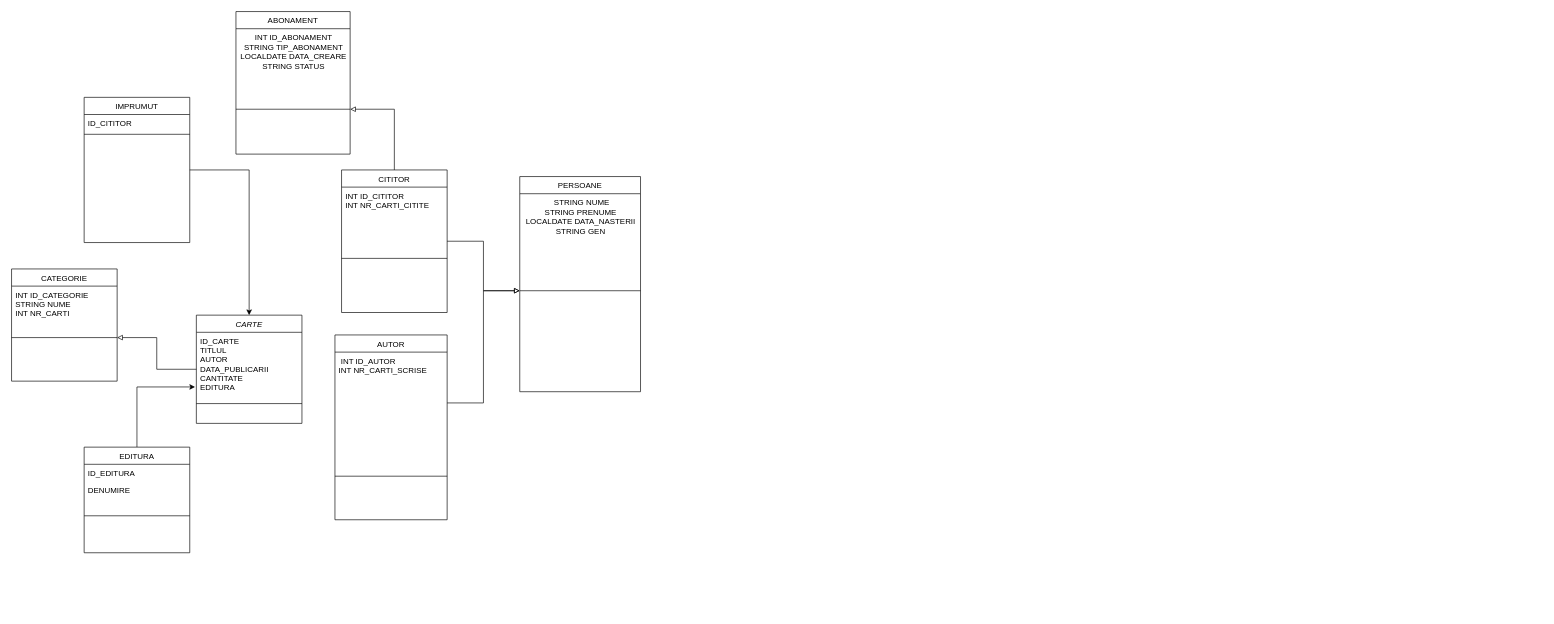
The draw.io diagram ANUL 2 SEM 2/Diagramă fără titlu.drawio in RobertaDiana/FMI-UNIBUC, before the edit. Source tidied: cells renumbered, new cells numbered last; positions are measured from the earlier drawing's top-left corner, leaving out a move shared by most shapes. Both pictures are drawn from the tidied source at 66%, with x=0, y=0 at pixel (11, 11).
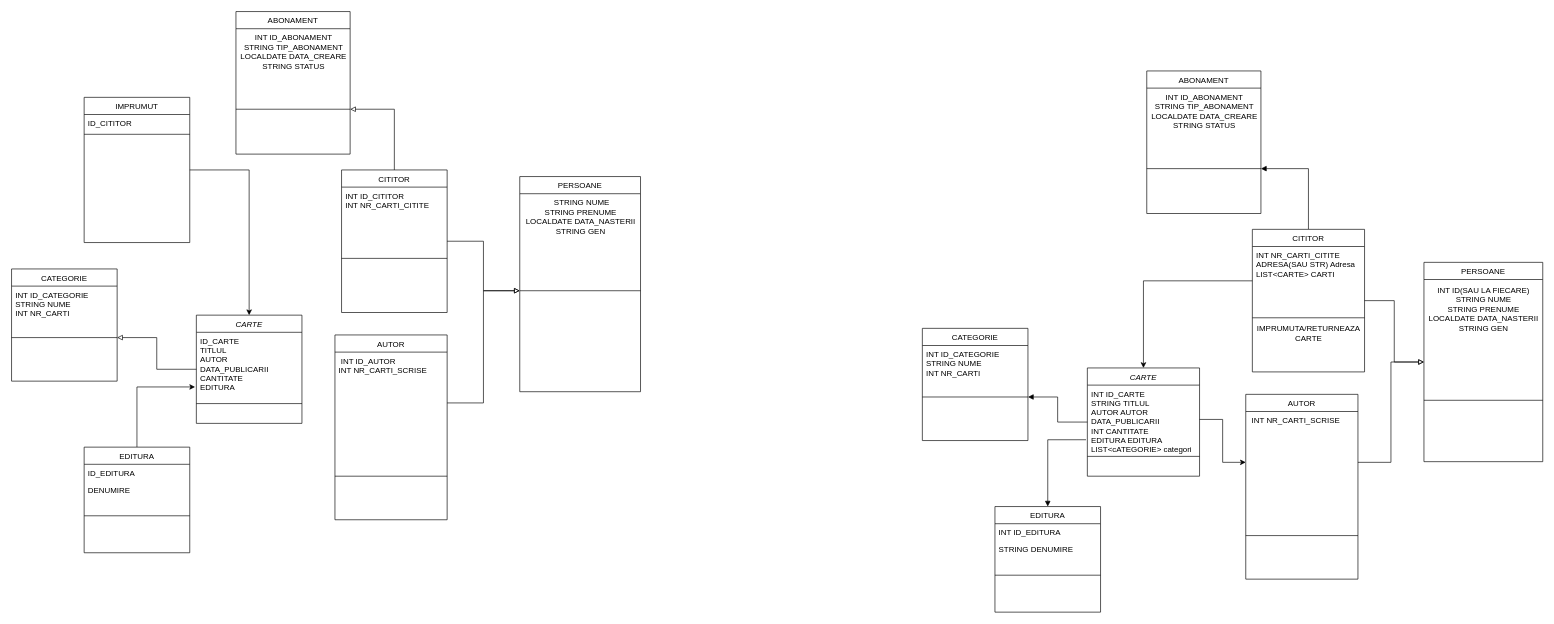
The same page after the edit.

Change to the diagram source:
```diff
@@
+    <mxCell id="33" style="edgeStyle=orthogonalEdgeStyle;rounded=0;jettySize=auto;html=1;endArrow=block;endFill=1;strokeColor=#000000;" parent="1" edge="1" source="34" target="60">
+      <mxGeometry relative="1" as="geometry" />
+    </mxCell>
+    <mxCell id="34" value="CARTE" style="swimlane;fontStyle=2;align=center;verticalAlign=top;horizontal=1;startSize=26;rounded=0;shadow=0;strokeWidth=1;" parent="1" vertex="1">
+      <mxGeometry x="1630" y="540" width="170" height="164" as="geometry" />
+    </mxCell>
+    <mxCell id="35" value="INT ID_CARTE&#10;STRING TITLUL&#10;AUTOR AUTOR&#10;DATA_PUBLICARII&#10;INT CANTITATE&#10;EDITURA EDITURA&#10;LIST&lt;cATEGORIE&gt; categori&#10;" style="text;align=left;verticalAlign=top;spacingLeft=4;spacingRight=4;overflow=hidden;points=[[0,0.5],[1,0.5]];portConstraint=eastwest;rounded=0;shadow=0;html=0;" parent="34" vertex="1">
+      <mxGeometry y="26" width="170" height="104" as="geometry" />
+    </mxCell>
+    <mxCell id="36" style="line;html=1;strokeWidth=1;align=left;verticalAlign=middle;spacingTop=-1;spacingLeft=3;spacingRight=3;labelPosition=right;" parent="34" vertex="1">
+      <mxGeometry y="130" width="170" height="8" as="geometry" />
+    </mxCell>
+    <mxCell id="37" style="edgeStyle=orthogonalEdgeStyle;rounded=0;jettySize=auto;html=1;entryX=-0.012;entryY=0.796;entryDx=0;entryDy=0;entryPerimeter=0;endArrow=none;endFill=0;startArrow=block;startFill=1;" parent="1" edge="1" source="38" target="35">
+      <mxGeometry relative="1" as="geometry" />
+    </mxCell>
+    <mxCell id="38" value="EDITURA" style="swimlane;fontStyle=0;align=center;verticalAlign=top;horizontal=1;startSize=26;rounded=0;shadow=0;strokeWidth=1;" parent="1" vertex="1">
+      <mxGeometry x="1490" y="750" width="160" height="160" as="geometry" />
+    </mxCell>
+    <mxCell id="39" value="INT ID_EDITURA" style="text;align=left;verticalAlign=top;spacingLeft=4;spacingRight=4;overflow=hidden;" parent="38" vertex="1">
+      <mxGeometry y="26" width="160" height="26" as="geometry" />
+    </mxCell>
+    <mxCell id="40" value="STRING DENUMIRE&#10;" style="text;align=left;verticalAlign=top;spacingLeft=4;spacingRight=4;overflow=hidden;rounded=0;shadow=0;html=0;" parent="38" vertex="1">
+      <mxGeometry y="52" width="160" height="48" as="geometry" />
+    </mxCell>
+    <mxCell id="41" style="line;html=1;strokeWidth=1;align=left;verticalAlign=middle;spacingTop=-1;spacingLeft=3;spacingRight=3;labelPosition=right;" parent="38" vertex="1">
+      <mxGeometry y="100" width="160" height="8" as="geometry" />
+    </mxCell>
+    <mxCell id="42" value="AUTOR" style="swimlane;fontStyle=0;align=center;verticalAlign=top;horizontal=1;startSize=26;rounded=0;shadow=0;strokeWidth=1;" parent="1" vertex="1">
+      <mxGeometry x="1870" y="580" width="170" height="280" as="geometry" />
+    </mxCell>
+    <mxCell id="43" value=" INT NR_CARTI_SCRISE" style="text;align=left;verticalAlign=top;spacingLeft=4;spacingRight=4;overflow=hidden;points=[[0,0.5],[1,0.5]];portConstraint=eastwest;" parent="42" vertex="1">
+      <mxGeometry y="26" width="170" height="154" as="geometry" />
+    </mxCell>
+    <mxCell id="44" style="line;html=1;strokeWidth=1;align=left;verticalAlign=middle;spacingTop=-1;spacingLeft=3;spacingRight=3;labelPosition=right;" parent="42" vertex="1">
+      <mxGeometry y="180" width="170" height="68" as="geometry" />
+    </mxCell>
+    <mxCell id="45" style="edgeStyle=orthogonalEdgeStyle;rounded=0;jettySize=auto;html=1;endArrow=block;endFill=0;entryX=0;entryY=0.5;entryDx=0;entryDy=0;" parent="1" edge="1" source="47" target="51">
+      <mxGeometry relative="1" as="geometry" />
+    </mxCell>
+    <mxCell id="46" style="edgeStyle=orthogonalEdgeStyle;rounded=0;jettySize=auto;html=1;endArrow=block;endFill=1;" parent="1" edge="1" source="47" target="57">
+      <mxGeometry relative="1" as="geometry" />
+    </mxCell>
+    <mxCell id="47" value="CITITOR" style="swimlane;fontStyle=0;align=center;verticalAlign=top;horizontal=1;startSize=26;rounded=0;shadow=0;strokeWidth=1;" parent="1" vertex="1">
+      <mxGeometry x="1880" y="330" width="170" height="216" as="geometry" />
+    </mxCell>
+    <mxCell id="48" value="INT NR_CARTI_CITITE&#10;ADRESA(SAU STR) Adresa&#10;LIST&lt;CARTE&gt; CARTI&#10;" style="text;align=left;verticalAlign=top;spacingLeft=4;spacingRight=4;overflow=hidden;points=[[0,0.5],[1,0.5]];portConstraint=eastwest;" parent="47" vertex="1">
+      <mxGeometry y="26" width="170" height="104" as="geometry" />
+    </mxCell>
+    <mxCell id="49" style="line;html=1;strokeWidth=1;align=left;verticalAlign=middle;spacingTop=-1;spacingLeft=3;spacingRight=3;labelPosition=right;" parent="47" vertex="1">
+      <mxGeometry y="130" width="170" height="8" as="geometry" />
+    </mxCell>
+    <mxCell id="50" value="&lt;div&gt;IMPRUMUTA/RETURNEAZA &lt;br&gt;&lt;/div&gt;&lt;div&gt;CARTE&lt;br&gt;&lt;/div&gt;" style="text;html=1;align=center;verticalAlign=middle;strokeColor=none;fillColor=none;" parent="47" vertex="1">
+      <mxGeometry y="138" width="170" height="40" as="geometry" />
+    </mxCell>
+    <mxCell id="51" value="PERSOANE&#10;" style="swimlane;fontStyle=0;align=center;verticalAlign=top;horizontal=1;startSize=26;rounded=0;shadow=0;strokeWidth=1;" parent="1" vertex="1">
+      <mxGeometry x="2140" y="380" width="180" height="302" as="geometry" />
+    </mxCell>
+    <mxCell id="52" value="&lt;div&gt;INT ID(SAU LA FIECARE)&lt;br&gt;&lt;/div&gt;&lt;div&gt;STRING NUME&lt;/div&gt;STRING PRENUME&lt;br&gt;LOCALDATE DATA_NASTERII&lt;br&gt;STRING GEN" style="text;html=1;align=center;verticalAlign=middle;strokeColor=none;fillColor=none;" parent="51" vertex="1">
+      <mxGeometry y="26" width="180" height="90" as="geometry" />
+    </mxCell>
+    <mxCell id="53" style="line;html=1;strokeWidth=1;align=left;verticalAlign=middle;spacingTop=-1;spacingLeft=3;spacingRight=3;labelPosition=right;" parent="51" vertex="1">
+      <mxGeometry y="116" width="180" height="186" as="geometry" />
+    </mxCell>
+    <mxCell id="54" style="edgeStyle=orthogonalEdgeStyle;rounded=0;jettySize=auto;html=1;endArrow=block;endFill=0;entryX=0;entryY=0.5;entryDx=0;entryDy=0;" parent="1" edge="1" source="43" target="51">
+      <mxGeometry relative="1" as="geometry" />
+    </mxCell>
+    <mxCell id="55" value="ABONAMENT" style="swimlane;fontStyle=0;align=center;verticalAlign=top;horizontal=1;startSize=26;rounded=0;shadow=0;strokeWidth=1;" parent="1" vertex="1">
+      <mxGeometry x="1720" y="90" width="173" height="216" as="geometry" />
+    </mxCell>
+    <mxCell id="56" value="INT ID_ABONAMENT&lt;br&gt;STRING TIP_ABONAMENT&lt;br&gt;LOCALDATE DATA_CREARE&lt;br&gt;STRING STATUS&lt;br&gt;" style="text;html=1;align=center;verticalAlign=middle;strokeColor=none;fillColor=none;" parent="55" vertex="1">
+      <mxGeometry y="26" width="173" height="70" as="geometry" />
+    </mxCell>
+    <mxCell id="57" style="line;html=1;strokeWidth=1;align=left;verticalAlign=middle;spacingTop=-1;spacingLeft=3;spacingRight=3;labelPosition=right;points=[];portConstraint=eastwest;" parent="55" vertex="1">
+      <mxGeometry y="96" width="173" height="104" as="geometry" />
+    </mxCell>
+    <mxCell id="58" value="CATEGORIE" style="swimlane;fontStyle=0;align=center;verticalAlign=top;horizontal=1;startSize=26;rounded=0;shadow=0;strokeWidth=1;" parent="1" vertex="1">
+      <mxGeometry x="1380" y="480" width="160" height="170" as="geometry" />
+    </mxCell>
+    <mxCell id="59" value="INT ID_CATEGORIE&#10;STRING NUME&#10;INT NR_CARTI&#10;" style="text;align=left;verticalAlign=top;spacingLeft=4;spacingRight=4;overflow=hidden;" parent="58" vertex="1">
+      <mxGeometry y="26" width="160" height="74" as="geometry" />
+    </mxCell>
+    <mxCell id="60" style="line;html=1;strokeWidth=1;align=left;verticalAlign=middle;spacingTop=-1;spacingLeft=3;spacingRight=3;labelPosition=right;points=[];portConstraint=eastwest;" parent="58" vertex="1">
+      <mxGeometry y="100" width="160" height="8" as="geometry" />
+    </mxCell>
+    <mxCell id="61" style="edgeStyle=orthogonalEdgeStyle;rounded=0;jettySize=auto;html=1;" parent="1" edge="1" source="35" target="43">
+      <mxGeometry relative="1" as="geometry" />
+    </mxCell>
+    <mxCell id="62" style="edgeStyle=orthogonalEdgeStyle;rounded=0;jettySize=auto;html=1;entryX=0.5;entryY=0;entryDx=0;entryDy=0;" parent="1" edge="1" source="48" target="34">
+      <mxGeometry relative="1" as="geometry" />
+    </mxCell>
```
